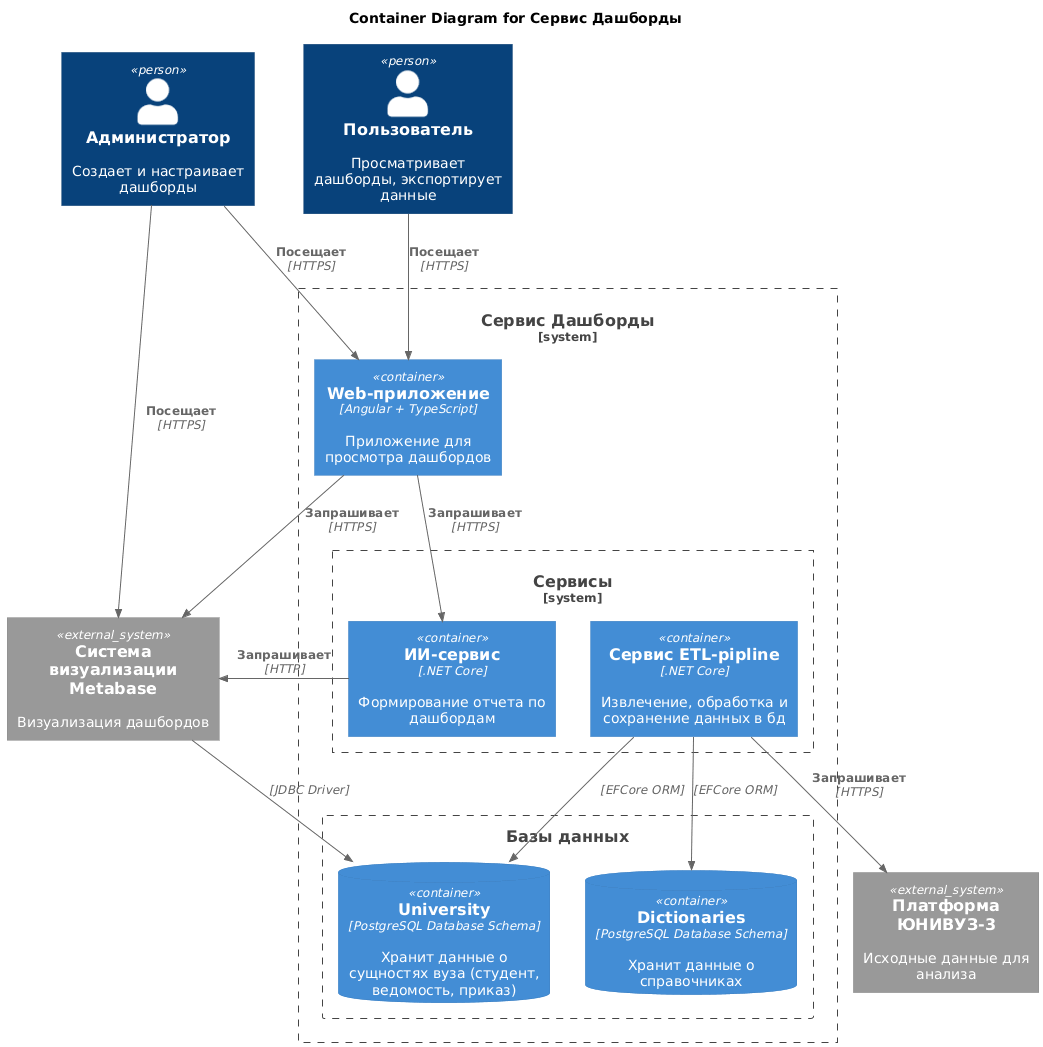
The PlantUML diagram project-doc/diagrams/c4/container.png in Bagir22/Dashboards, before a commit. Its source is kept beside it as project-doc/diagrams/c4/container.puml.
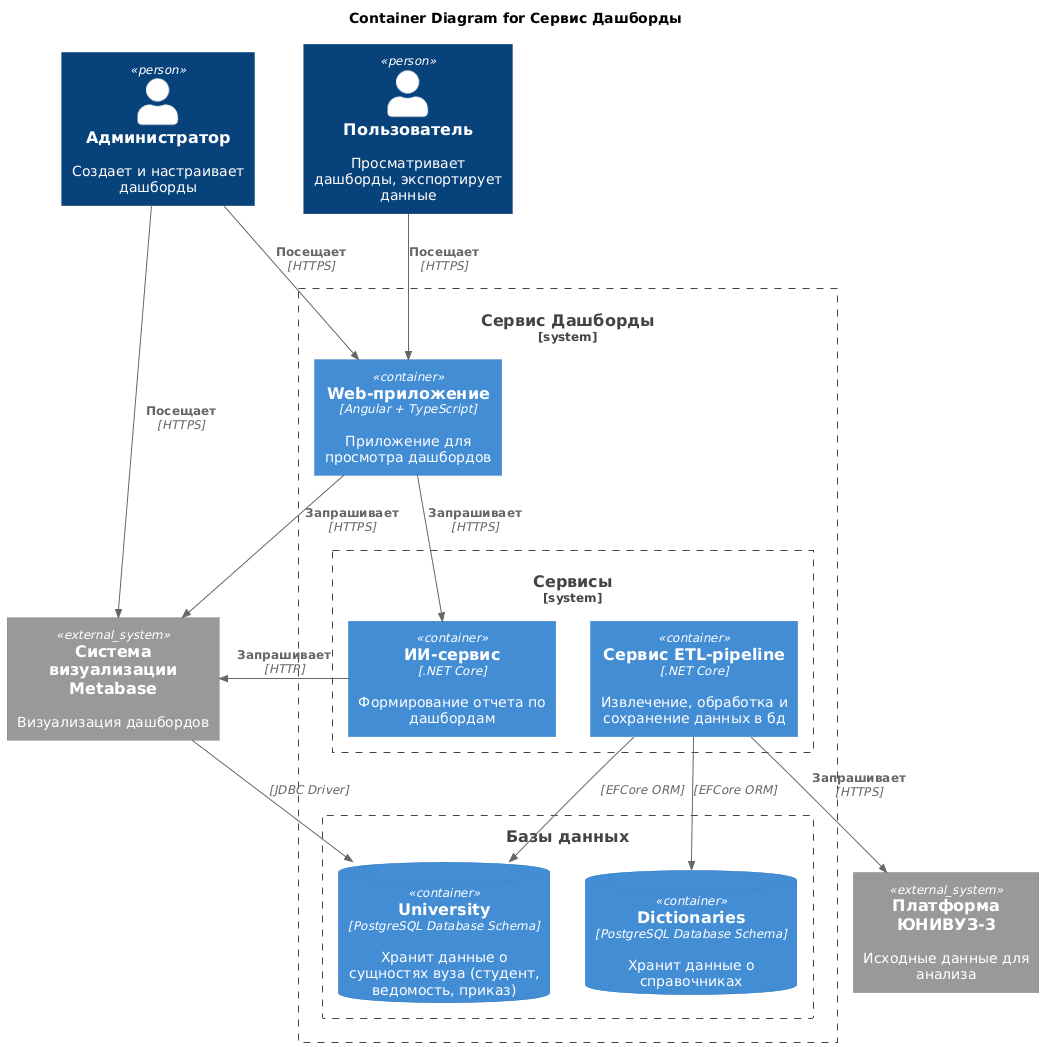
Above is the later version.

What changed in the source:
```diff
@@ -13,7 +13,7 @@
 
     System_Boundary(core_services, "Сервисы") {
         Container(ai_service, "ИИ-сервис", ".NET Core", "Формирование отчета по дашбордам")
-        Container(pipeline, "Сервис ETL-pipline", ".NET Core", "Извлечение, обработка и сохранение данных в бд")
+        Container(pipeline, "Сервис ETL-pipeline", ".NET Core", "Извлечение, обработка и сохранение данных в бд")
     }
 
     Boundary(db, "Базы данных") {
```
